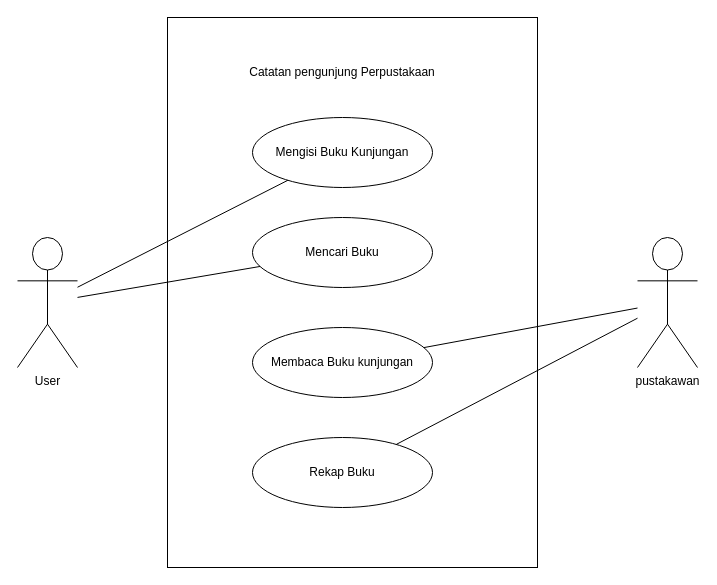
Before: Alur-Perpus-Digital.drawio in titapuspitas/perpus_digital, a draw.io diagram. Source tidied: cells renumbered, new cells numbered last; positions are measured from the earlier drawing's top-left corner, leaving out a move shared by most shapes. Both pictures are drawn from the tidied source at 100%, with x=0, y=0 at pixel (17, 17).
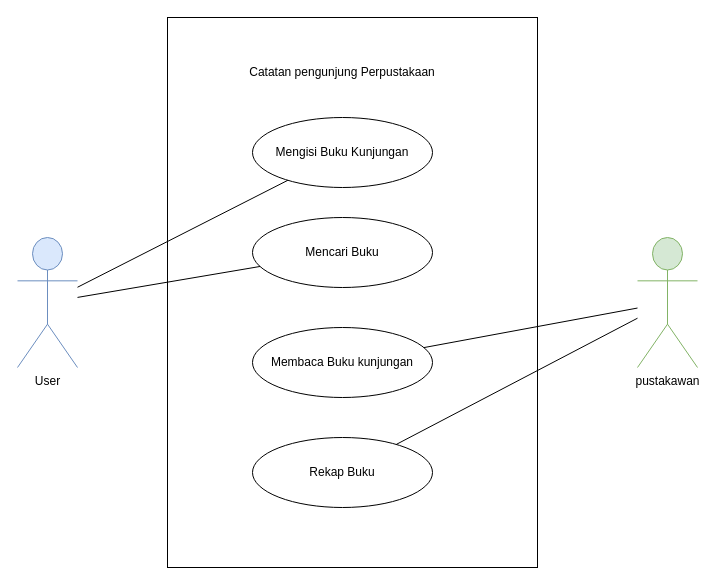
Above is the later version.

The edit, as a diff of the source:
```diff
@@
 <mxGraphModel>
   <root>
     <mxCell id="0" />
     <mxCell id="1" parent="0" />
     <mxCell id="2" style="rounded=0;whiteSpace=wrap;html=1;" parent="1" vertex="1">
       <mxGeometry x="150" width="370" height="550" as="geometry" />
     </mxCell>
     <mxCell id="3" value="Catatan pengunjung Perpustakaan" style="text;html=1;strokeColor=none;fillColor=none;align=center;verticalAlign=middle;whiteSpace=wrap;rounded=0;" parent="1" vertex="1">
       <mxGeometry x="220" y="40" width="210" height="30" as="geometry" />
     </mxCell>
     <mxCell id="4" value="Mengisi Buku Kunjungan" style="ellipse;whiteSpace=wrap;html=1;" parent="1" vertex="1">
       <mxGeometry x="235" y="100" width="180" height="70" as="geometry" />
     </mxCell>
     <mxCell id="5" value="Mencari Buku" style="ellipse;whiteSpace=wrap;html=1;" parent="1" vertex="1">
       <mxGeometry x="235" y="200" width="180" height="70" as="geometry" />
     </mxCell>
     <mxCell id="6" value="Membaca Buku kunjungan" style="ellipse;whiteSpace=wrap;html=1;" parent="1" vertex="1">
       <mxGeometry x="235" y="310" width="180" height="70" as="geometry" />
     </mxCell>
     <mxCell id="7" value="Rekap Buku" style="ellipse;whiteSpace=wrap;html=1;" parent="1" vertex="1">
       <mxGeometry x="235" y="420" width="180" height="70" as="geometry" />
     </mxCell>
-    <mxCell id="8" value="pustakawan" style="shape=umlActor;verticalLabelPosition=bottom;verticalAlign=top;html=1;outlineConnect=0;" parent="1" vertex="1">
+    <mxCell id="8" value="pustakawan" style="shape=umlActor;verticalLabelPosition=bottom;verticalAlign=top;html=1;outlineConnect=0;fillColor=#d5e8d4;strokeColor=#82b366;" parent="1" vertex="1">
       <mxGeometry x="620" y="220" width="60" height="130" as="geometry" />
     </mxCell>
-    <mxCell id="9" value="User" style="shape=umlActor;verticalLabelPosition=bottom;verticalAlign=top;html=1;outlineConnect=0;" parent="1" vertex="1">
+    <mxCell id="9" value="User" style="shape=umlActor;verticalLabelPosition=bottom;verticalAlign=top;html=1;outlineConnect=0;fillColor=#dae8fc;strokeColor=#6c8ebf;" parent="1" vertex="1">
       <mxGeometry y="220" width="60" height="130" as="geometry" />
     </mxCell>
     <mxCell id="10" style="endArrow=none;html=1;rounded=0;" parent="1" edge="1" source="9" target="4">
       <mxGeometry relative="1" as="geometry" />
     </mxCell>
     <mxCell id="11" style="endArrow=none;html=1;rounded=0;" parent="1" edge="1" source="9" target="5">
       <mxGeometry relative="1" as="geometry" />
     </mxCell>
     <mxCell id="12" style="endArrow=none;html=1;rounded=0;" parent="1" edge="1" source="6" target="8">
       <mxGeometry relative="1" as="geometry" />
     </mxCell>
     <mxCell id="13" style="endArrow=none;html=1;rounded=0;" parent="1" edge="1" source="7" target="8">
       <mxGeometry relative="1" as="geometry" />
     </mxCell>
   </root>
 </mxGraphModel>
```
